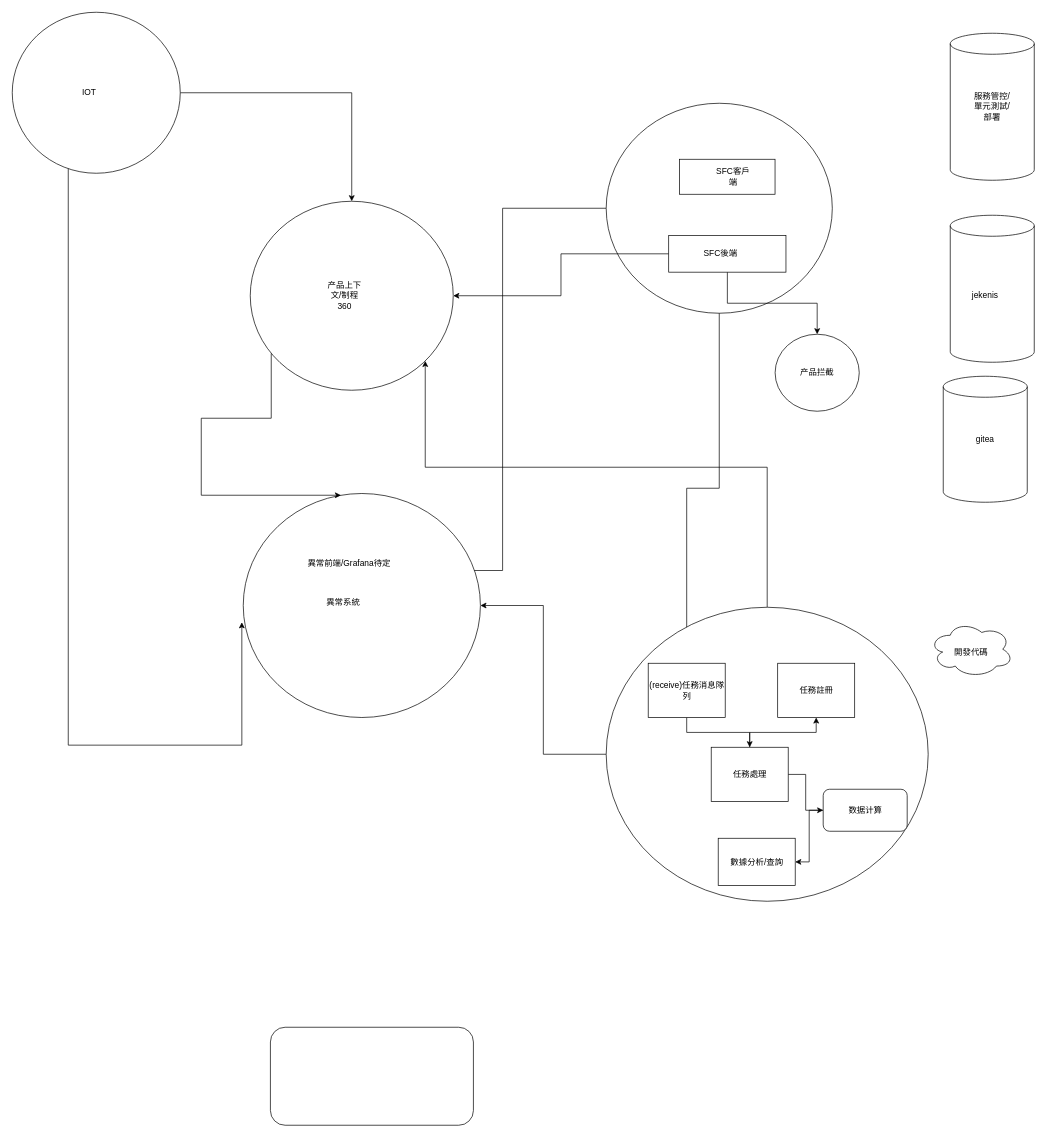
Above: 未命名绘图.drawio in NoBug4Ever/drawio (draw.io), before the change. Source tidied: cells renumbered, new cells numbered last; positions are measured from the earlier drawing's top-left corner, leaving out a move shared by most shapes. Both pictures are drawn from the tidied source at 70%, with x=0, y=0 at pixel (12, 12).
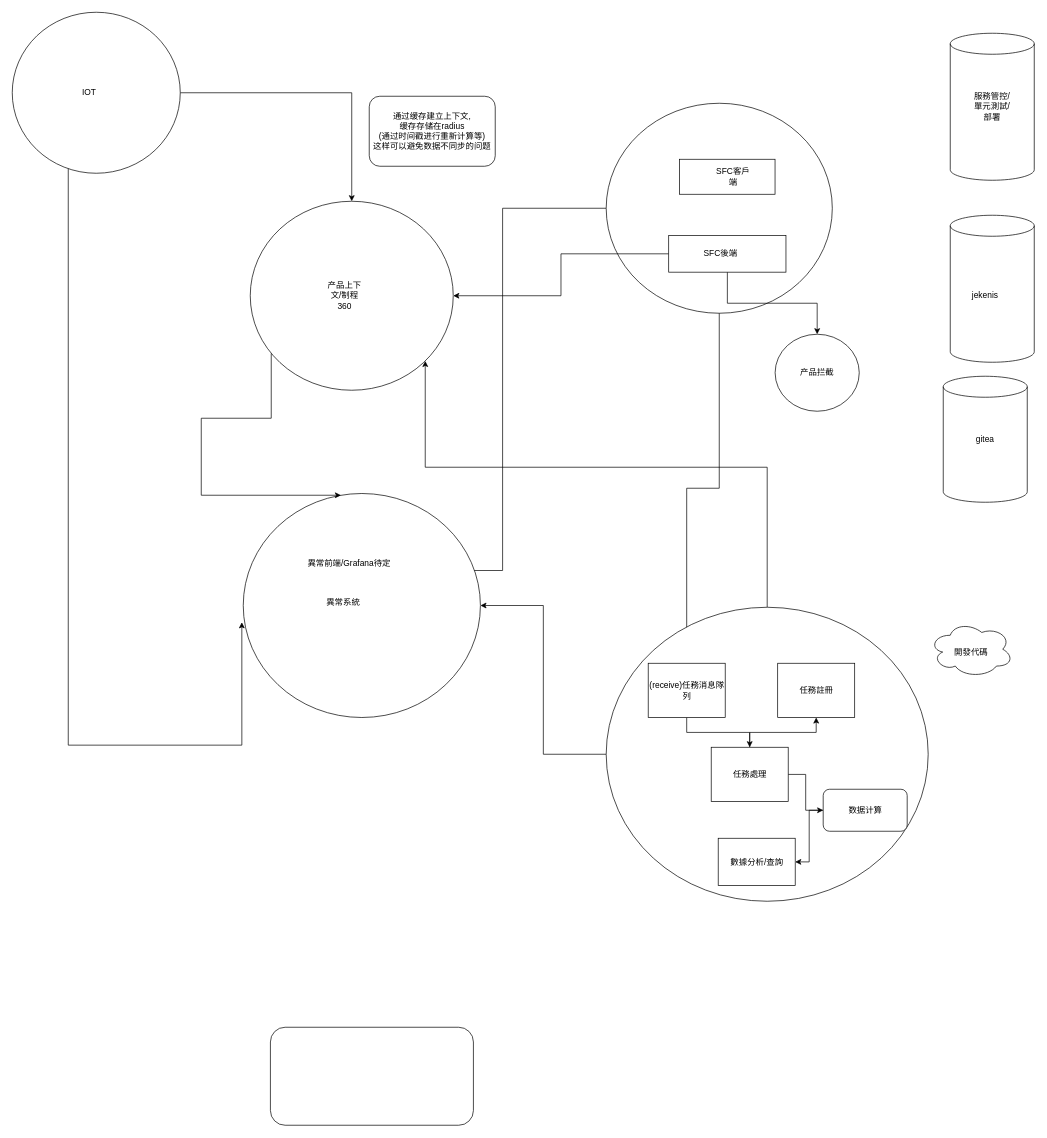
The same diagram, later.

Commit message:
更新未命名绘图.drawio

Diff of the diagram source:
```diff
@@
+    <mxCell id="44" value="通过缓存建立上下文,&lt;div&gt;缓存存储在radius&lt;/div&gt;&lt;div&gt;(通过时间戳进行重新计算等)&lt;/div&gt;&lt;div&gt;这样可以避免数据不同步的问题&lt;/div&gt;" style="rounded=1;whiteSpace=wrap;html=1;" parent="1" vertex="1">
+      <mxGeometry x="510" y="120" width="180" height="100" as="geometry" />
+    </mxCell>
```
